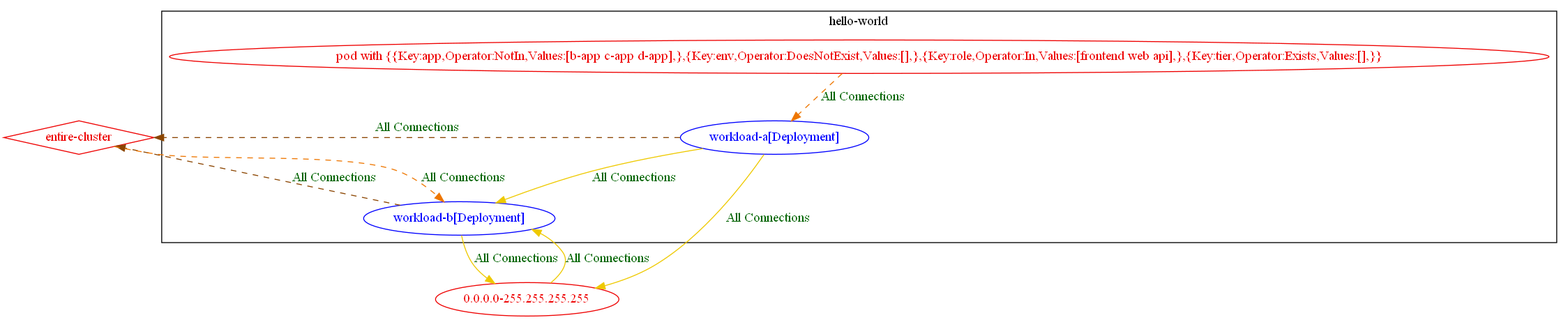
The Graphviz diagram test_outputs/connlist/exposure_test_rule_with_multiple_match_expressions_exposure_output.dot.png in np-guard/netpol-analyzer, before a commit. Its source is kept beside it as test_outputs/connlist/exposure_test_rule_with_multiple_match_expressions_exposure_output.dot.
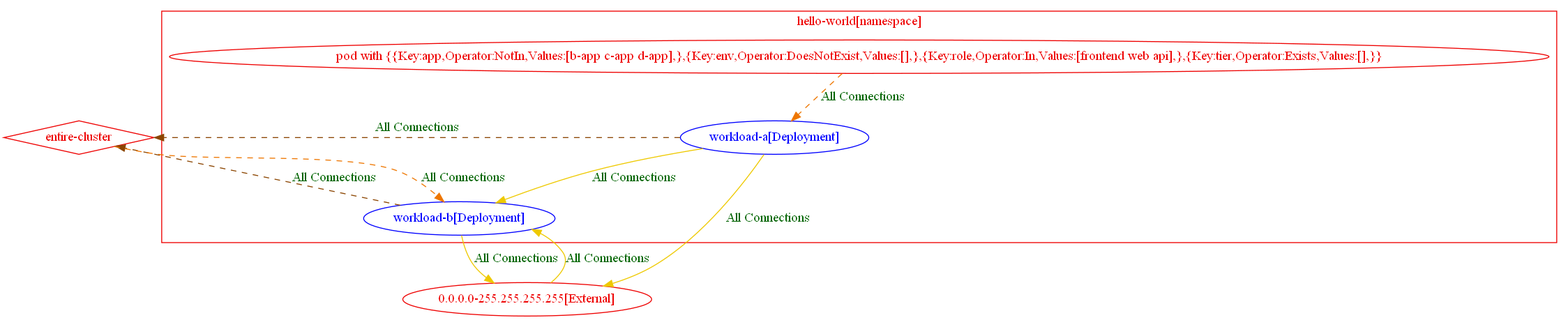
Above is the later version.

Diff of the diagram source:
```diff
@@ -1,20 +1,25 @@
 digraph {
-	subgraph "cluster_hello_world" {
+	subgraph "cluster_hello_world[namespace]" {
 		color="black"
 		fontcolor="black"
 		"hello-world/workload-a[Deployment]" [label="workload-a[Deployment]" color="blue" fontcolor="blue"]
 		"hello-world/workload-b[Deployment]" [label="workload-b[Deployment]" color="blue" fontcolor="blue"]
+		label="hello-world[namespace]"
+	}
+	subgraph "cluster_hello_world[namespace]" {
+		color="red2"
+		fontcolor="red2"
 		"pod with {{Key:app,Operator:NotIn,Values:[b-app c-app d-app],},{Key:env,Operator:DoesNotExist,Values:[],},{Key:role,Operator:In,Values:[frontend web api],},{Key:tier,Operator:Exists,Values:[],}}_in_hello-world" [label="pod with {{Key:app,Operator:NotIn,Values:[b-app c-app d-app],},{Key:env,Operator:DoesNotExist,Values:[],},{Key:role,Operator:In,Values:[frontend web api],},{Key:tier,Operator:Exists,Values:[],}}" color="red2" fontcolor="red2"]
-		label="hello-world"
+		label="hello-world[namespace]"
 	}
-	"0.0.0.0-255.255.255.255" [label="0.0.0.0-255.255.255.255" color="red2" fontcolor="red2"]
+	"0.0.0.0-255.255.255.255[External]" [label="0.0.0.0-255.255.255.255[External]" color="red2" fontcolor="red2"]
 	"entire-cluster" [label="entire-cluster" color="red2" fontcolor="red2" shape=diamond]
-	"0.0.0.0-255.255.255.255" -> "hello-world/workload-b[Deployment]" [label="All Connections" color="gold2" fontcolor="darkgreen" weight=0.5]
+	"0.0.0.0-255.255.255.255[External]" -> "hello-world/workload-b[Deployment]" [label="All Connections" color="gold2" fontcolor="darkgreen" weight=0.5]
 	"entire-cluster" -> "hello-world/workload-b[Deployment]" [label="All Connections" color="darkorange2" fontcolor="darkgreen" weight=1 style=dashed]
-	"hello-world/workload-a[Deployment]" -> "0.0.0.0-255.255.255.255" [label="All Connections" color="gold2" fontcolor="darkgreen" weight=1]
+	"hello-world/workload-a[Deployment]" -> "0.0.0.0-255.255.255.255[External]" [label="All Connections" color="gold2" fontcolor="darkgreen" weight=1]
 	"hello-world/workload-a[Deployment]" -> "entire-cluster" [label="All Connections" color="darkorange4" fontcolor="darkgreen" weight=0.5 style=dashed]
 	"hello-world/workload-a[Deployment]" -> "hello-world/workload-b[Deployment]" [label="All Connections" color="gold2" fontcolor="darkgreen" weight=0.5]
-	"hello-world/workload-b[Deployment]" -> "0.0.0.0-255.255.255.255" [label="All Connections" color="gold2" fontcolor="darkgreen" weight=1]
+	"hello-world/workload-b[Deployment]" -> "0.0.0.0-255.255.255.255[External]" [label="All Connections" color="gold2" fontcolor="darkgreen" weight=1]
 	"hello-world/workload-b[Deployment]" -> "entire-cluster" [label="All Connections" color="darkorange4" fontcolor="darkgreen" weight=0.5 style=dashed]
 	"pod with {{Key:app,Operator:NotIn,Values:[b-app c-app d-app],},{Key:env,Operator:DoesNotExist,Values:[],},{Key:role,Operator:In,Values:[frontend web api],},{Key:tier,Operator:Exists,Values:[],}}_in_hello-world" -> "hello-world/workload-a[Deployment]" [label="All Connections" color="darkorange2" fontcolor="darkgreen" weight=1 style=dashed]
 }
```
